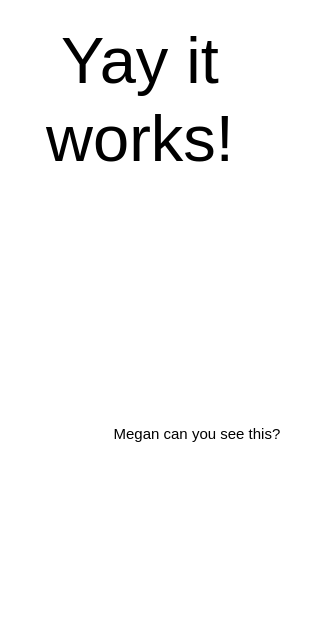
Above: 460prototype.drawio in mmeiser19/cpsc460 (draw.io), before the change. Source tidied: cells renumbered, new cells numbered last; positions are measured from the earlier drawing's top-left corner, leaving out a move shared by most shapes. Both pictures are drawn from the tidied source at 125%, with x=0, y=0 at pixel (21, 42).
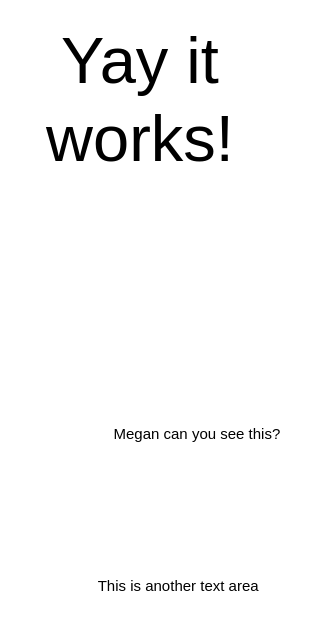
After the change.

Diff of the diagram source:
```diff
@@
 <mxGraphModel>
   <root>
     <mxCell id="0" />
     <mxCell id="1" parent="0" />
     <mxCell id="2" value="Yay it works!" style="text;html=1;strokeColor=none;fillColor=none;align=center;verticalAlign=middle;whiteSpace=wrap;rounded=0;fontSize=52;" parent="1" vertex="1">
       <mxGeometry width="190" height="90" as="geometry" />
     </mxCell>
     <mxCell id="3" value="&lt;div&gt;Megan can you see this?&lt;/div&gt;" style="text;html=1;align=center;verticalAlign=middle;strokeColor=none;fillColor=none;" parent="1" vertex="1">
       <mxGeometry x="60" y="298" width="160" height="30" as="geometry" />
     </mxCell>
+    <mxCell id="4" value="&lt;div&gt;This is another text area&lt;br&gt;&lt;/div&gt;" style="text;html=1;align=center;verticalAlign=middle;strokeColor=none;fillColor=none;" parent="1" vertex="1">
+      <mxGeometry x="50" y="420" width="150" height="30" as="geometry" />
+    </mxCell>
   </root>
 </mxGraphModel>
```
